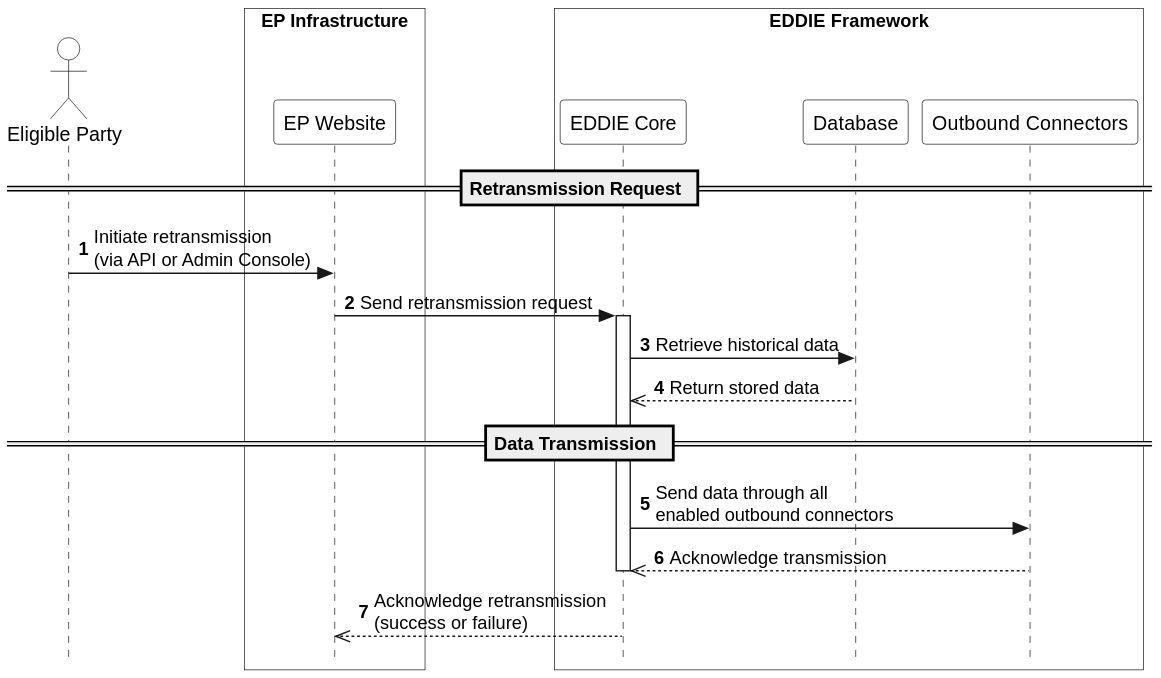
This is arc42/eddie-framework/runtime-view/figures/eddie-framework-retransmit-data.svg from eddie-energy/architecture, a PlantUML export, as it was before one commit.
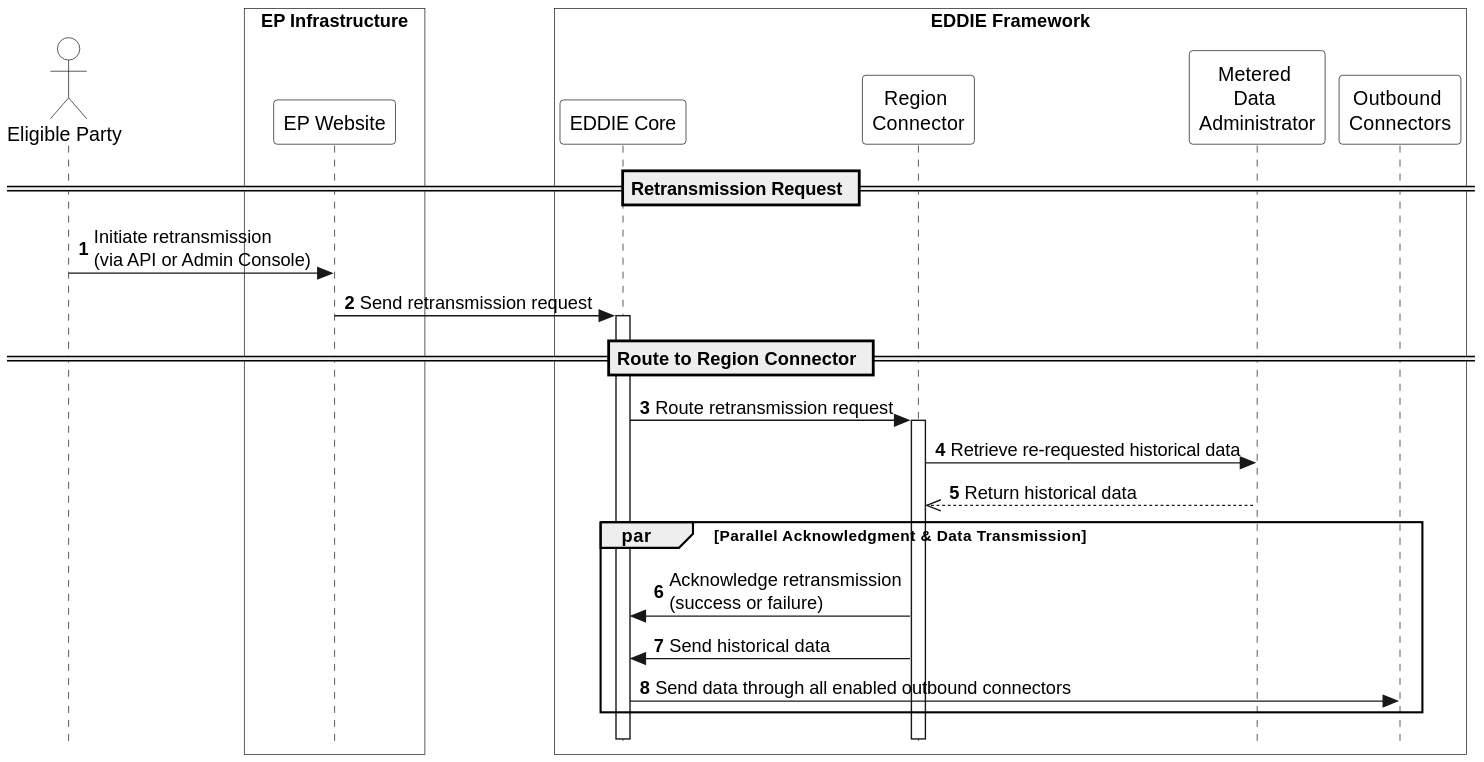
After the commit.

Commit message:
Part of #126: Updated workflow 6 to remove saving of historical data in the db.

Change to the diagram source:
```diff
@@ -16,21 +16,28 @@
 
 box "EDDIE Framework" #transparent
   participant "EDDIE Core" as eddie
-  participant "Database" as db
-  participant "Outbound Connectors" as oc
+  participant "Region \nConnector" as rc
+  participant "Metered \nData \nAdministrator" as mda
+  participant "Outbound \nConnectors" as oc
 end box
 
 == Retransmission Request ==
 ep -> epInterface : Initiate retransmission\n(via API or Admin Console)
 epInterface -> eddie : Send retransmission request
 activate eddie
-eddie -> db : Retrieve historical data
-db -->> eddie : Return stored data
 
-== Data Transmission ==
-eddie -> oc : Send data through all\nenabled outbound connectors
-oc -->> eddie : Acknowledge transmission
+== Route to Region Connector ==
+eddie -> rc : Route retransmission request
+activate rc
+rc -> mda : Retrieve re-requested historical data
+mda -->> rc : Return historical data
+
+par Parallel Acknowledgment & Data Transmission
+    rc -> eddie : Acknowledge retransmission\n(success or failure)
+    rc -> eddie : Send historical data
+    eddie -> oc : Send data through all enabled outbound connectors
+end
+
+deactivate rc
 deactivate eddie
-
-eddie -->> epInterface : Acknowledge retransmission\n(success or failure)
 @enduml
```
